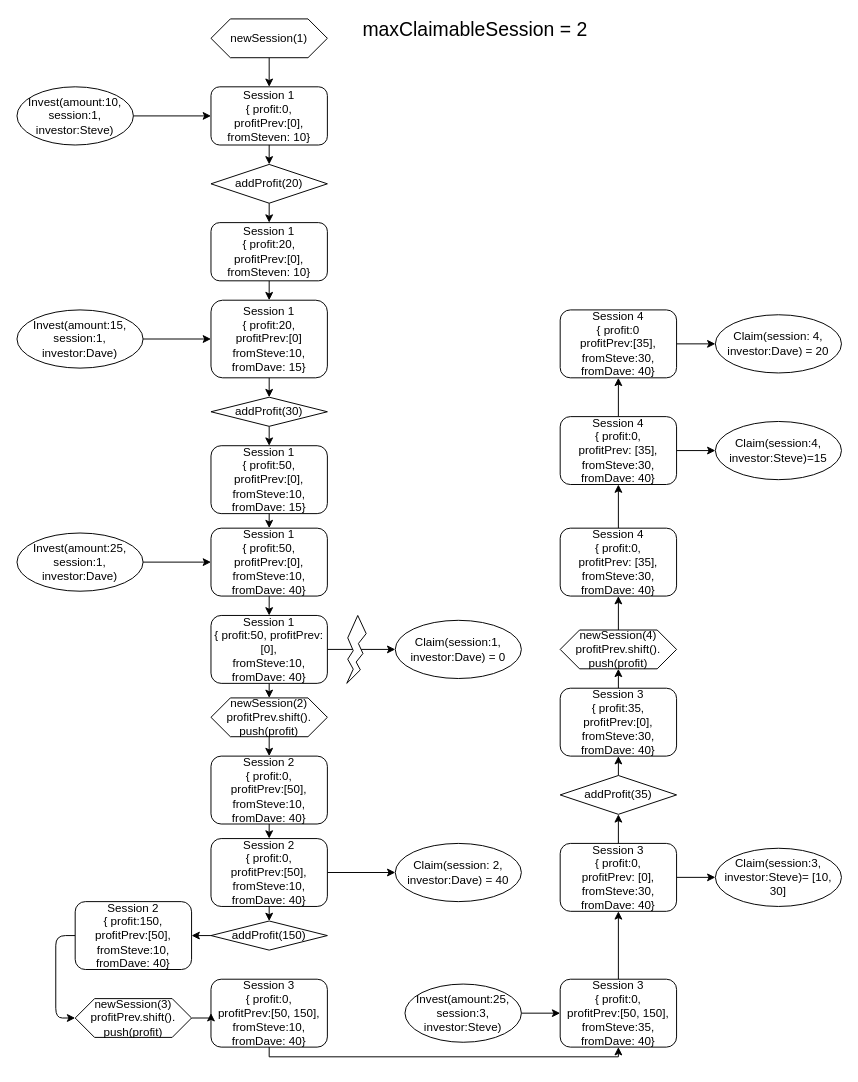
Earlier version of the draw.io diagram page "Test_MaxClaimableSession=2" (3 of 3) of Example1.drawio (ChihHaoChen/thundercoreProfit). Source tidied: cells renumbered, new cells numbered last; positions are measured from the earlier drawing's top-left corner, leaving out a move shared by most shapes. Both pictures are drawn from the tidied source at 97%, with x=0, y=0 at pixel (16, 18).
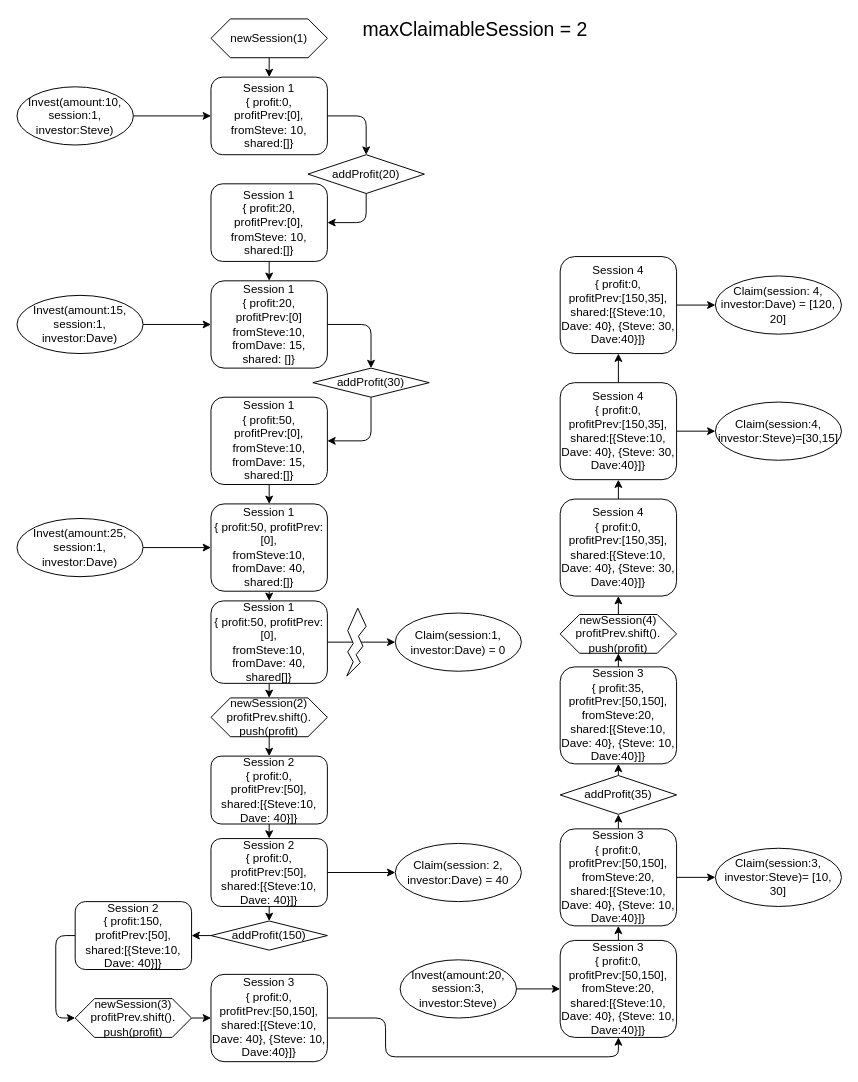
Above is the later version.

Diff of the diagram source:
```diff
@@
-    <mxCell id="2" style="edgeStyle=orthogonalEdgeStyle;rounded=0;jettySize=auto;html=1;exitX=0.5;exitY=1;exitDx=0;exitDy=0;entryX=0.5;entryY=0;entryDx=0;entryDy=0;" parent="1" edge="1" source="3" target="7">
+    <mxCell id="2" style="edgeStyle=orthogonalEdgeStyle;rounded=1;jettySize=auto;html=1;exitX=1;exitY=0.5;exitDx=0;exitDy=0;entryX=0.5;entryY=0;entryDx=0;entryDy=0;fontSize=20;" parent="1" edge="1" source="3" target="7">
       <mxGeometry relative="1" as="geometry" />
     </mxCell>
-    <mxCell id="3" value="&lt;div&gt;Session 1&lt;/div&gt;&lt;div&gt;{ profit:0,&lt;/div&gt;&lt;div&gt;profitPrev:[0],&lt;br&gt;&lt;/div&gt;&lt;div&gt;fromSteven: 10}&lt;br&gt;&lt;/div&gt;" style="rounded=1;whiteSpace=wrap;html=1;" parent="1" vertex="1">
-      <mxGeometry x="200" y="70" width="120" height="60" as="geometry" />
+    <mxCell id="3" value="&lt;div&gt;Session 1&lt;/div&gt;&lt;div&gt;{ profit:0,&lt;/div&gt;&lt;div&gt;profitPrev:[0],&lt;br&gt;&lt;/div&gt;&lt;div&gt;fromSteve: 10, shared:[]}&lt;br&gt;&lt;/div&gt;" style="rounded=1;whiteSpace=wrap;html=1;" parent="1" vertex="1">
+      <mxGeometry x="200" y="60" width="120" height="80" as="geometry" />
     </mxCell>
@@
-    <mxCell id="6" style="edgeStyle=orthogonalEdgeStyle;rounded=0;jettySize=auto;html=1;exitX=0.5;exitY=1;exitDx=0;exitDy=0;entryX=0.5;entryY=0;entryDx=0;entryDy=0;" parent="1" edge="1" source="7" target="13">
+    <mxCell id="6" style="edgeStyle=orthogonalEdgeStyle;rounded=1;jettySize=auto;html=1;exitX=0.5;exitY=1;exitDx=0;exitDy=0;entryX=1;entryY=0.5;entryDx=0;entryDy=0;fontSize=20;" parent="1" edge="1" source="7" target="13">
       <mxGeometry relative="1" as="geometry" />
     </mxCell>
     <mxCell id="7" value="addProfit(20)" style="rhombus;whiteSpace=wrap;html=1;" parent="1" vertex="1">
-      <mxGeometry x="200" y="150" width="120" height="40" as="geometry" />
+      <mxGeometry x="300" y="140" width="120" height="40" as="geometry" />
     </mxCell>
-    <mxCell id="8" style="edgeStyle=orthogonalEdgeStyle;rounded=0;jettySize=auto;html=1;exitX=0.5;exitY=1;exitDx=0;exitDy=0;entryX=0.5;entryY=0;entryDx=0;entryDy=0;" parent="1" edge="1" source="9" target="15">
+    <mxCell id="8" style="edgeStyle=orthogonalEdgeStyle;rounded=1;jettySize=auto;html=1;exitX=1;exitY=0.5;exitDx=0;exitDy=0;entryX=0.5;entryY=0;entryDx=0;entryDy=0;fontSize=20;" parent="1" edge="1" source="9" target="15">
       <mxGeometry relative="1" as="geometry" />
     </mxCell>
-    <mxCell id="9" value="&lt;div&gt;Session 1&lt;/div&gt;&lt;div&gt;{ profit:20,&lt;/div&gt;&lt;div&gt;profitPrev:[0]&lt;br&gt;&lt;/div&gt;&lt;div&gt;fromSteve:10,&lt;/div&gt;&lt;div&gt;fromDave: 15}&lt;br&gt;&lt;/div&gt;" style="rounded=1;whiteSpace=wrap;html=1;" parent="1" vertex="1">
-      <mxGeometry x="200" y="290" width="120" height="80" as="geometry" />
+    <mxCell id="9" value="&lt;div&gt;Session 1&lt;/div&gt;&lt;div&gt;{ profit:20,&lt;/div&gt;&lt;div&gt;profitPrev:[0]&lt;br&gt;&lt;/div&gt;&lt;div&gt;fromSteve:10,&lt;/div&gt;&lt;div&gt;fromDave: 15, shared: []}&lt;br&gt;&lt;/div&gt;" style="rounded=1;whiteSpace=wrap;html=1;" parent="1" vertex="1">
+      <mxGeometry x="200" y="270" width="120" height="90" as="geometry" />
     </mxCell>
@@
     <mxCell id="11" value="Invest(amount:15, session:1, investor:Dave)" style="ellipse;whiteSpace=wrap;html=1;" parent="1" vertex="1">
-      <mxGeometry y="300" width="130" height="60" as="geometry" />
+      <mxGeometry y="285" width="130" height="60" as="geometry" />
     </mxCell>
@@
-    <mxCell id="13" value="&lt;div&gt;Session 1&lt;/div&gt;&lt;div&gt;{ profit:20,&lt;/div&gt;&lt;div&gt;profitPrev:[0],&lt;br&gt;&lt;/div&gt;&lt;div&gt;fromSteven: 10}&lt;br&gt;&lt;/div&gt;" style="rounded=1;whiteSpace=wrap;html=1;" parent="1" vertex="1">
-      <mxGeometry x="200" y="210" width="120" height="60" as="geometry" />
+    <mxCell id="13" value="&lt;div&gt;Session 1&lt;/div&gt;&lt;div&gt;{ profit:20,&lt;/div&gt;&lt;div&gt;profitPrev:[0],&lt;br&gt;&lt;/div&gt;&lt;div&gt;fromSteve: 10,&lt;/div&gt;&lt;div&gt;shared:[]}&lt;br&gt;&lt;/div&gt;" style="rounded=1;whiteSpace=wrap;html=1;" parent="1" vertex="1">
+      <mxGeometry x="200" y="170" width="120" height="80" as="geometry" />
     </mxCell>
-    <mxCell id="14" style="edgeStyle=orthogonalEdgeStyle;rounded=0;jettySize=auto;html=1;exitX=0.5;exitY=1;exitDx=0;exitDy=0;entryX=0.5;entryY=0;entryDx=0;entryDy=0;" parent="1" edge="1" source="15" target="17">
+    <mxCell id="14" style="edgeStyle=orthogonalEdgeStyle;rounded=1;jettySize=auto;html=1;exitX=0.5;exitY=1;exitDx=0;exitDy=0;entryX=1;entryY=0.5;entryDx=0;entryDy=0;fontSize=20;" parent="1" edge="1" source="15" target="17">
       <mxGeometry relative="1" as="geometry" />
     </mxCell>
     <mxCell id="15" value="addProfit(30)" style="rhombus;whiteSpace=wrap;html=1;" parent="1" vertex="1">
-      <mxGeometry x="200" y="390" width="120" height="30" as="geometry" />
+      <mxGeometry x="305" y="360" width="120" height="30" as="geometry" />
     </mxCell>
@@
-    <mxCell id="17" value="&lt;div&gt;Session 1&lt;/div&gt;&lt;div&gt;{ profit:50,&lt;/div&gt;&lt;div&gt;profitPrev:[0],&lt;br&gt;&lt;/div&gt;&lt;div&gt;fromSteve:10,&lt;/div&gt;&lt;div&gt;fromDave: 15}&lt;br&gt;&lt;/div&gt;" style="rounded=1;whiteSpace=wrap;html=1;" parent="1" vertex="1">
-      <mxGeometry x="200" y="440" width="120" height="70" as="geometry" />
+    <mxCell id="17" value="&lt;div&gt;Session 1&lt;/div&gt;&lt;div&gt;{ profit:50,&lt;/div&gt;&lt;div&gt;profitPrev:[0],&lt;br&gt;&lt;/div&gt;&lt;div&gt;fromSteve:10,&lt;/div&gt;&lt;div&gt;fromDave: 15, shared:[]}&lt;br&gt;&lt;/div&gt;" style="rounded=1;whiteSpace=wrap;html=1;" parent="1" vertex="1">
+      <mxGeometry x="200" y="390" width="120" height="90" as="geometry" />
     </mxCell>
@@
-    <mxCell id="19" value="&lt;div&gt;Session 1&lt;/div&gt;&lt;div&gt;{ profit:50,&lt;/div&gt;&lt;div&gt;profitPrev:[0],&lt;br&gt;&lt;/div&gt;&lt;div&gt;fromSteve:10,&lt;/div&gt;&lt;div&gt;fromDave: 40}&lt;br&gt;&lt;/div&gt;" style="rounded=1;whiteSpace=wrap;html=1;" parent="1" vertex="1">
-      <mxGeometry x="200" y="525" width="120" height="70" as="geometry" />
+    <mxCell id="19" value="&lt;div&gt;Session 1&lt;/div&gt;&lt;div&gt;{ profit:50, profitPrev:[0],&lt;br&gt;&lt;/div&gt;&lt;div&gt;fromSteve:10,&lt;/div&gt;&lt;div&gt;fromDave: 40, shared:[]}&lt;br&gt;&lt;/div&gt;" style="rounded=1;whiteSpace=wrap;html=1;" parent="1" vertex="1">
+      <mxGeometry x="200" y="500" width="120" height="90" as="geometry" />
     </mxCell>
@@
     <mxCell id="21" value="Invest(amount:25, session:1, investor:Dave)" style="ellipse;whiteSpace=wrap;html=1;" parent="1" vertex="1">
-      <mxGeometry y="530" width="130" height="60" as="geometry" />
+      <mxGeometry y="515" width="130" height="60" as="geometry" />
     </mxCell>
@@
-    <mxCell id="24" value="&lt;div&gt;Session 1&lt;/div&gt;&lt;div&gt;{ profit:50, profitPrev:[0],&lt;br&gt;&lt;/div&gt;&lt;div&gt;fromSteve:10,&lt;/div&gt;&lt;div&gt;fromDave: 40}&lt;br&gt;&lt;/div&gt;" style="rounded=1;whiteSpace=wrap;html=1;" parent="1" vertex="1">
-      <mxGeometry x="200" y="615" width="120" height="70" as="geometry" />
+    <mxCell id="24" value="&lt;div&gt;Session 1&lt;/div&gt;&lt;div&gt;{ profit:50, profitPrev:[0],&lt;br&gt;&lt;/div&gt;&lt;div&gt;fromSteve:10,&lt;/div&gt;&lt;div&gt;fromDave: 40, shared[]}&lt;br&gt;&lt;/div&gt;" style="rounded=1;whiteSpace=wrap;html=1;" parent="1" vertex="1">
+      <mxGeometry x="200" y="600" width="120" height="85" as="geometry" />
     </mxCell>
     <mxCell id="25" value="Claim(session:1, investor:Dave) = 0" style="ellipse;whiteSpace=wrap;html=1;" parent="1" vertex="1">
-      <mxGeometry x="390" y="620" width="130" height="60" as="geometry" />
+      <mxGeometry x="390" y="612.5" width="130" height="60" as="geometry" />
     </mxCell>
     <mxCell id="26" style="verticalLabelPosition=bottom;verticalAlign=top;html=1;shape=mxgraph.basic.flash;" parent="1" vertex="1">
-      <mxGeometry x="340" y="615" width="20" height="70" as="geometry" />
+      <mxGeometry x="340" y="607.5" width="20" height="70" as="geometry" />
     </mxCell>
@@
-    <mxCell id="28" value="&lt;div&gt;Session 2&lt;br&gt;&lt;/div&gt;&lt;div&gt;{ profit:0,&lt;br&gt;&lt;/div&gt;&lt;div&gt;profitPrev:[50],&lt;/div&gt;&lt;div&gt;fromSteve:10,&lt;/div&gt;&lt;div&gt;fromDave: 40}&lt;br&gt;&lt;/div&gt;" style="rounded=1;whiteSpace=wrap;html=1;" parent="1" vertex="1">
+    <mxCell id="28" value="&lt;div&gt;Session 2&lt;br&gt;&lt;/div&gt;&lt;div&gt;{ profit:0,&lt;br&gt;&lt;/div&gt;&lt;div&gt;profitPrev:[50],&lt;/div&gt;&lt;div&gt;shared:[{Steve:10,&lt;/div&gt;&lt;div&gt;Dave: 40}]}&lt;br&gt;&lt;/div&gt;" style="rounded=1;whiteSpace=wrap;html=1;" parent="1" vertex="1">
       <mxGeometry x="200" y="760" width="120" height="70" as="geometry" />
     </mxCell>
@@
-    <mxCell id="32" value="&lt;div&gt;Session 2&lt;br&gt;&lt;/div&gt;&lt;div&gt;{ profit:0,&lt;br&gt;&lt;/div&gt;&lt;div&gt;profitPrev:[50],&lt;/div&gt;&lt;div&gt;fromSteve:10,&lt;/div&gt;&lt;div&gt;fromDave: 40}&lt;br&gt;&lt;/div&gt;" style="rounded=1;whiteSpace=wrap;html=1;" parent="1" vertex="1">
+    <mxCell id="32" value="&lt;div&gt;Session 2&lt;br&gt;&lt;/div&gt;&lt;div&gt;{ profit:0,&lt;br&gt;&lt;/div&gt;&lt;div&gt;profitPrev:[50],&lt;/div&gt;&lt;div&gt;shared:[{Steve:10,&lt;/div&gt;&lt;div&gt;Dave: 40}]}&lt;br&gt;&lt;/div&gt;" style="rounded=1;whiteSpace=wrap;html=1;" parent="1" vertex="1">
       <mxGeometry x="200" y="845" width="120" height="70" as="geometry" />
     </mxCell>
-    <mxCell id="33" style="edgeStyle=orthogonalEdgeStyle;rounded=0;jettySize=auto;html=1;exitX=0.5;exitY=1;exitDx=0;exitDy=0;entryX=0.5;entryY=1;entryDx=0;entryDy=0;" parent="1" edge="1" source="34" target="36">
-      <mxGeometry relative="1" as="geometry">
-        <Array as="points">
-          <mxPoint x="260" y="1070" />
-          <mxPoint x="620" y="1070" />
-        </Array>
-      </mxGeometry>
-    </mxCell>
+    <mxCell id="69" style="edgeStyle=orthogonalEdgeStyle;rounded=1;jettySize=auto;html=1;exitX=1;exitY=0.5;exitDx=0;exitDy=0;entryX=0.5;entryY=1;entryDx=0;entryDy=0;fontSize=20;" parent="1" edge="1" source="34" target="73">
+      <mxGeometry relative="1" as="geometry">
+        <Array as="points">
+          <mxPoint x="380" y="1030" />
+          <mxPoint x="380" y="1070" />
+          <mxPoint x="620" y="1070" />
+        </Array>
+      </mxGeometry>
+    </mxCell>
-    <mxCell id="34" value="&lt;div&gt;Session 3&lt;br&gt;&lt;/div&gt;&lt;div&gt;{ profit:0,&lt;br&gt;&lt;/div&gt;&lt;div&gt;profitPrev:[50, 150],&lt;/div&gt;&lt;div&gt;fromSteve:10,&lt;/div&gt;&lt;div&gt;fromDave: 40}&lt;br&gt;&lt;/div&gt;" style="rounded=1;whiteSpace=wrap;html=1;" parent="1" vertex="1">
-      <mxGeometry x="200" y="990" width="120" height="70" as="geometry" />
+    <mxCell id="34" value="&lt;div&gt;Session 3&lt;br&gt;&lt;/div&gt;&lt;div&gt;{ profit:0,&lt;br&gt;&lt;/div&gt;&lt;div&gt;profitPrev:[50,150],&lt;/div&gt;&lt;div&gt;shared:[{Steve:10,&lt;/div&gt;&lt;div&gt;Dave: 40}, {Steve: 10, Dave:40}]}&lt;br&gt;&lt;/div&gt;" style="rounded=1;whiteSpace=wrap;html=1;" parent="1" vertex="1">
+      <mxGeometry x="200" y="985" width="120" height="90" as="geometry" />
     </mxCell>
-    <mxCell id="35" style="edgeStyle=orthogonalEdgeStyle;rounded=0;jettySize=auto;html=1;exitX=0.5;exitY=0;exitDx=0;exitDy=0;entryX=0.5;entryY=1;entryDx=0;entryDy=0;" parent="1" edge="1" source="36" target="41">
-      <mxGeometry relative="1" as="geometry" />
-    </mxCell>
-    <mxCell id="36" value="&lt;div&gt;Session 3&lt;br&gt;&lt;/div&gt;&lt;div&gt;{ profit:0,&lt;br&gt;&lt;/div&gt;&lt;div&gt;profitPrev:[50, 150],&lt;/div&gt;&lt;div&gt;fromSteve:35,&lt;/div&gt;&lt;div&gt;fromDave: 40}&lt;br&gt;&lt;/div&gt;" style="rounded=1;whiteSpace=wrap;html=1;" parent="1" vertex="1">
-      <mxGeometry x="560" y="990" width="120" height="70" as="geometry" />
-    </mxCell>
-    <mxCell id="37" style="edgeStyle=orthogonalEdgeStyle;rounded=0;jettySize=auto;html=1;exitX=1;exitY=0.5;exitDx=0;exitDy=0;" parent="1" edge="1" source="38" target="36">
-      <mxGeometry relative="1" as="geometry" />
-    </mxCell>
+    <mxCell id="70" style="edgeStyle=orthogonalEdgeStyle;rounded=1;jettySize=auto;html=1;exitX=1;exitY=0.5;exitDx=0;exitDy=0;entryX=0;entryY=0.5;entryDx=0;entryDy=0;fontSize=20;" parent="1" edge="1" source="38" target="73">
+      <mxGeometry relative="1" as="geometry" />
+    </mxCell>
-    <mxCell id="38" value="Invest(amount:25, session:3, investor:Steve)" style="ellipse;whiteSpace=wrap;html=1;" parent="1" vertex="1">
-      <mxGeometry x="400" y="995" width="120" height="60" as="geometry" />
+    <mxCell id="38" value="Invest(amount:20, session:3, investor:Steve)" style="ellipse;whiteSpace=wrap;html=1;" parent="1" vertex="1">
+      <mxGeometry x="395" y="970" width="120" height="60" as="geometry" />
     </mxCell>
@@
-    <mxCell id="41" value="&lt;div&gt;Session 3&lt;br&gt;&lt;/div&gt;&lt;div&gt;{ profit:0,&lt;br&gt;&lt;/div&gt;&lt;div&gt;profitPrev: [0],&lt;/div&gt;&lt;div&gt;fromSteve:30,&lt;/div&gt;&lt;div&gt;fromDave: 40}&lt;br&gt;&lt;/div&gt;" style="rounded=1;whiteSpace=wrap;html=1;" parent="1" vertex="1">
-      <mxGeometry x="560" y="850" width="120" height="70" as="geometry" />
+    <mxCell id="41" value="&lt;div&gt;Session 3&lt;br&gt;&lt;/div&gt;&lt;div&gt;{ profit:0,&lt;br&gt;&lt;/div&gt;&lt;div&gt;profitPrev:[50,150], fromSteve:20,&lt;br&gt;&lt;/div&gt;&lt;div&gt;shared:[{Steve:10,&lt;/div&gt;&lt;div&gt;Dave: 40}, {Steve: 10, Dave:40}]}&lt;br&gt;&lt;/div&gt;" style="rounded=1;whiteSpace=wrap;html=1;" parent="1" vertex="1">
+      <mxGeometry x="560" y="835" width="120" height="100" as="geometry" />
     </mxCell>
@@
-    <mxCell id="46" value="&lt;div&gt;Session 3&lt;br&gt;&lt;/div&gt;&lt;div&gt;{ profit:35,&lt;br&gt;&lt;/div&gt;&lt;div&gt;profitPrev:[0],&lt;/div&gt;&lt;div&gt;fromSteve:30,&lt;/div&gt;&lt;div&gt;fromDave: 40}&lt;br&gt;&lt;/div&gt;" style="rounded=1;whiteSpace=wrap;html=1;" parent="1" vertex="1">
-      <mxGeometry x="560" y="690" width="120" height="70" as="geometry" />
+    <mxCell id="46" value="&lt;div&gt;Session 3&lt;br&gt;&lt;/div&gt;&lt;div&gt;{ profit:35,&lt;br&gt;&lt;/div&gt;&lt;div&gt;profitPrev:[50,150], fromSteve:20,&lt;br&gt;&lt;/div&gt;&lt;div&gt;&lt;div&gt;shared:[{Steve:10,&lt;/div&gt;Dave: 40}, {Steve: 10, Dave:40}]}&lt;/div&gt;" style="rounded=1;whiteSpace=wrap;html=1;" parent="1" vertex="1">
+      <mxGeometry x="560" y="668" width="120" height="100" as="geometry" />
     </mxCell>
-    <mxCell id="47" style="edgeStyle=orthogonalEdgeStyle;rounded=0;jettySize=auto;html=1;exitX=1;exitY=0.5;exitDx=0;exitDy=0;entryX=0;entryY=0.5;entryDx=0;entryDy=0;" parent="1" edge="1" source="49" target="50">
-      <mxGeometry relative="1" as="geometry" />
-    </mxCell>
-    <mxCell id="48" style="edgeStyle=orthogonalEdgeStyle;rounded=0;jettySize=auto;html=1;exitX=0.5;exitY=0;exitDx=0;exitDy=0;entryX=0.5;entryY=1;entryDx=0;entryDy=0;" parent="1" edge="1" source="49" target="52">
-      <mxGeometry relative="1" as="geometry" />
-    </mxCell>
-    <mxCell id="49" value="&lt;div&gt;Session 4&lt;br&gt;&lt;/div&gt;&lt;div&gt;{ profit:0,&lt;br&gt;&lt;/div&gt;&lt;div&gt;profitPrev: [35],&lt;/div&gt;&lt;div&gt;fromSteve:30,&lt;/div&gt;&lt;div&gt;fromDave: 40}&lt;br&gt;&lt;/div&gt;" style="rounded=1;whiteSpace=wrap;html=1;" parent="1" vertex="1">
-      <mxGeometry x="560" y="410" width="120" height="70" as="geometry" />
-    </mxCell>
-    <mxCell id="50" value="Claim(session:4, investor:Steve)=15" style="ellipse;whiteSpace=wrap;html=1;" parent="1" vertex="1">
-      <mxGeometry x="720" y="415" width="130" height="60" as="geometry" />
+    <mxCell id="50" value="Claim(session:4, investor:Steve)=[30,15]" style="ellipse;whiteSpace=wrap;html=1;" parent="1" vertex="1">
+      <mxGeometry x="720" y="395" width="130" height="60" as="geometry" />
     </mxCell>
-    <mxCell id="51" style="edgeStyle=orthogonalEdgeStyle;rounded=0;jettySize=auto;html=1;exitX=1;exitY=0.5;exitDx=0;exitDy=0;entryX=0;entryY=0.5;entryDx=0;entryDy=0;" parent="1" edge="1" source="52" target="53">
-      <mxGeometry relative="1" as="geometry" />
-    </mxCell>
-    <mxCell id="52" value="&lt;div&gt;Session 4&lt;br&gt;&lt;/div&gt;&lt;div&gt;{ profit:0&lt;br&gt;&lt;/div&gt;&lt;div&gt;profitPrev:[35],&lt;/div&gt;&lt;div&gt;fromSteve:30,&lt;/div&gt;&lt;div&gt;fromDave: 40}&lt;br&gt;&lt;/div&gt;" style="rounded=1;whiteSpace=wrap;html=1;" parent="1" vertex="1">
-      <mxGeometry x="560" y="300" width="120" height="70" as="geometry" />
-    </mxCell>
-    <mxCell id="53" value="Claim(session: 4, investor:Dave) = 20" style="ellipse;whiteSpace=wrap;html=1;" parent="1" vertex="1">
-      <mxGeometry x="720" y="305" width="130" height="60" as="geometry" />
+    <mxCell id="53" value="Claim(session: 4, investor:Dave) = [120, 20]" style="ellipse;whiteSpace=wrap;html=1;" parent="1" vertex="1">
+      <mxGeometry x="720" y="265" width="130" height="60" as="geometry" />
     </mxCell>
-    <mxCell id="54" style="edgeStyle=orthogonalEdgeStyle;rounded=0;jettySize=auto;html=1;exitX=0.5;exitY=0;exitDx=0;exitDy=0;entryX=0.5;entryY=1;entryDx=0;entryDy=0;" parent="1" edge="1" source="55" target="49">
-      <mxGeometry relative="1" as="geometry" />
-    </mxCell>
-    <mxCell id="55" value="&lt;div&gt;Session 4&lt;br&gt;&lt;/div&gt;&lt;div&gt;{ profit:0,&lt;br&gt;&lt;/div&gt;&lt;div&gt;profitPrev: [35],&lt;/div&gt;&lt;div&gt;fromSteve:30,&lt;/div&gt;&lt;div&gt;fromDave: 40}&lt;br&gt;&lt;/div&gt;" style="rounded=1;whiteSpace=wrap;html=1;" parent="1" vertex="1">
-      <mxGeometry x="560" y="525" width="120" height="70" as="geometry" />
-    </mxCell>
@@
-    <mxCell id="60" style="edgeStyle=orthogonalEdgeStyle;rounded=0;jettySize=auto;html=1;exitX=0.5;exitY=0;exitDx=0;exitDy=0;entryX=0.5;entryY=1;entryDx=0;entryDy=0;" parent="1" edge="1" source="61" target="55">
-      <mxGeometry relative="1" as="geometry" />
-    </mxCell>
+    <mxCell id="71" style="edgeStyle=orthogonalEdgeStyle;rounded=1;jettySize=auto;html=1;exitX=0.5;exitY=0;exitDx=0;exitDy=0;entryX=0.5;entryY=1;entryDx=0;entryDy=0;fontSize=20;" parent="1" edge="1" source="61" target="75">
+      <mxGeometry relative="1" as="geometry" />
+    </mxCell>
     <mxCell id="61" value="&lt;div&gt;newSession(4)&lt;/div&gt;&lt;div&gt;profitPrev.shift().&lt;/div&gt;&lt;div&gt;push(profit)&lt;br&gt;&lt;/div&gt;" style="shape=hexagon;perimeter=hexagonPerimeter2;whiteSpace=wrap;html=1;fixedSize=1;" parent="1" vertex="1">
-      <mxGeometry x="560" y="630" width="120" height="40" as="geometry" />
+      <mxGeometry x="560" y="614" width="120" height="40" as="geometry" />
     </mxCell>
@@
-    <mxCell id="68" value="&lt;div&gt;Session 2&lt;br&gt;&lt;/div&gt;&lt;div&gt;{ profit:150,&lt;br&gt;&lt;/div&gt;&lt;div&gt;profitPrev:[50],&lt;/div&gt;&lt;div&gt;fromSteve:10,&lt;/div&gt;&lt;div&gt;fromDave: 40}&lt;br&gt;&lt;/div&gt;" style="rounded=1;whiteSpace=wrap;html=1;" parent="1" vertex="1">
+    <mxCell id="68" value="&lt;div&gt;Session 2&lt;br&gt;&lt;/div&gt;&lt;div&gt;{ profit:150,&lt;br&gt;&lt;/div&gt;&lt;div&gt;profitPrev:[50],&lt;/div&gt;&lt;div&gt;shared:[{Steve:10,&lt;/div&gt;&lt;div&gt;Dave: 40}]}&lt;br&gt;&lt;/div&gt;" style="rounded=1;whiteSpace=wrap;html=1;" parent="1" vertex="1">
       <mxGeometry x="60" y="910" width="120" height="70" as="geometry" />
     </mxCell>
+    <mxCell id="72" style="edgeStyle=orthogonalEdgeStyle;rounded=1;jettySize=auto;html=1;exitX=0.5;exitY=0;exitDx=0;exitDy=0;entryX=0.5;entryY=1;entryDx=0;entryDy=0;fontSize=20;" parent="1" edge="1" source="73" target="41">
+      <mxGeometry relative="1" as="geometry" />
+    </mxCell>
+    <mxCell id="73" value="&lt;div&gt;Session 3&lt;br&gt;&lt;/div&gt;&lt;div&gt;{ profit:0,&lt;br&gt;&lt;/div&gt;&lt;div&gt;profitPrev:[50,150], fromSteve:20,&lt;br&gt;&lt;/div&gt;&lt;div&gt;shared:[{Steve:10,&lt;/div&gt;&lt;div&gt;Dave: 40}, {Steve: 10, Dave:40}]}&lt;br&gt;&lt;/div&gt;" style="rounded=1;whiteSpace=wrap;html=1;" parent="1" vertex="1">
+      <mxGeometry x="560" y="950" width="120" height="100" as="geometry" />
+    </mxCell>
+    <mxCell id="74" style="edgeStyle=orthogonalEdgeStyle;rounded=1;jettySize=auto;html=1;exitX=0.5;exitY=0;exitDx=0;exitDy=0;entryX=0.5;entryY=1;entryDx=0;entryDy=0;fontSize=20;" parent="1" edge="1" source="75" target="78">
+      <mxGeometry relative="1" as="geometry" />
+    </mxCell>
+    <mxCell id="75" value="&lt;div&gt;Session 4&lt;br&gt;&lt;/div&gt;&lt;div&gt;{ profit:0,&lt;br&gt;&lt;/div&gt;&lt;div&gt;profitPrev:[150,35], &lt;br&gt;&lt;/div&gt;&lt;div&gt;&lt;div&gt;shared:[{Steve:10,&lt;/div&gt;Dave: 40}, {Steve: 30, Dave:40}]}&lt;/div&gt;" style="rounded=1;whiteSpace=wrap;html=1;" parent="1" vertex="1">
+      <mxGeometry x="560" y="495" width="120" height="100" as="geometry" />
+    </mxCell>
+    <mxCell id="76" style="edgeStyle=orthogonalEdgeStyle;rounded=1;jettySize=auto;html=1;exitX=1;exitY=0.5;exitDx=0;exitDy=0;entryX=0;entryY=0.5;entryDx=0;entryDy=0;fontSize=20;" parent="1" edge="1" source="78" target="50">
+      <mxGeometry relative="1" as="geometry" />
+    </mxCell>
+    <mxCell id="77" style="edgeStyle=orthogonalEdgeStyle;rounded=1;jettySize=auto;html=1;exitX=0.5;exitY=0;exitDx=0;exitDy=0;entryX=0.5;entryY=1;entryDx=0;entryDy=0;fontSize=20;" parent="1" edge="1" source="78" target="80">
+      <mxGeometry relative="1" as="geometry" />
+    </mxCell>
+    <mxCell id="78" value="&lt;div&gt;Session 4&lt;br&gt;&lt;/div&gt;&lt;div&gt;{ profit:0,&lt;br&gt;&lt;/div&gt;&lt;div&gt;profitPrev:[150,35], &lt;br&gt;&lt;/div&gt;&lt;div&gt;&lt;div&gt;shared:[{Steve:10,&lt;/div&gt;Dave: 40}, {Steve: 30, Dave:40}]}&lt;/div&gt;" style="rounded=1;whiteSpace=wrap;html=1;" parent="1" vertex="1">
+      <mxGeometry x="560" y="375" width="120" height="100" as="geometry" />
+    </mxCell>
+    <mxCell id="79" style="edgeStyle=orthogonalEdgeStyle;rounded=1;jettySize=auto;html=1;exitX=1;exitY=0.5;exitDx=0;exitDy=0;entryX=0;entryY=0.5;entryDx=0;entryDy=0;fontSize=20;" parent="1" edge="1" source="80" target="53">
+      <mxGeometry relative="1" as="geometry" />
+    </mxCell>
+    <mxCell id="80" value="&lt;div&gt;Session 4&lt;br&gt;&lt;/div&gt;&lt;div&gt;{ profit:0,&lt;br&gt;&lt;/div&gt;&lt;div&gt;profitPrev:[150,35], &lt;br&gt;&lt;/div&gt;&lt;div&gt;&lt;div&gt;shared:[{Steve:10,&lt;/div&gt;Dave: 40}, {Steve: 30, Dave:40}]}&lt;/div&gt;" style="rounded=1;whiteSpace=wrap;html=1;" parent="1" vertex="1">
+      <mxGeometry x="560" y="245" width="120" height="100" as="geometry" />
+    </mxCell>
```
